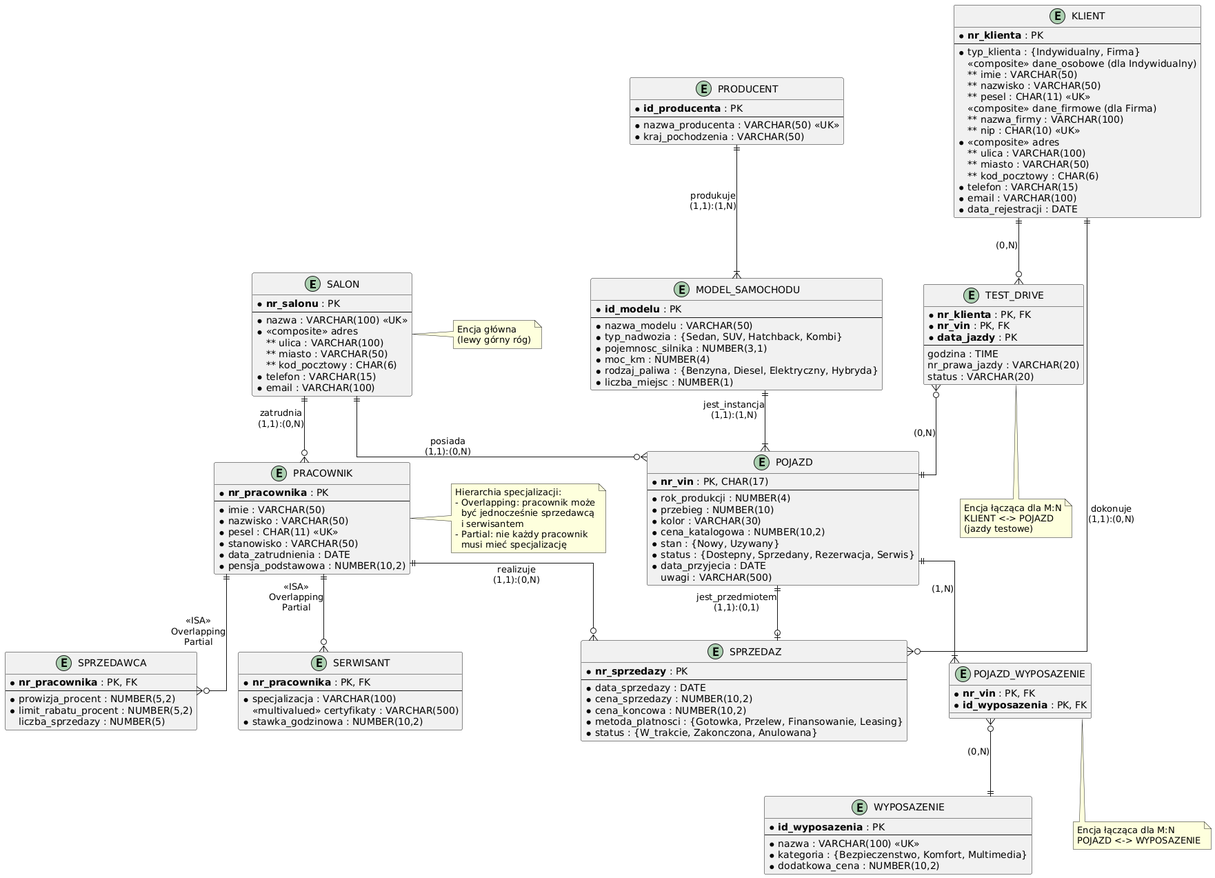
The PlantUML diagram tex/koncept.png in Vort3x5/CarSal, before a commit.
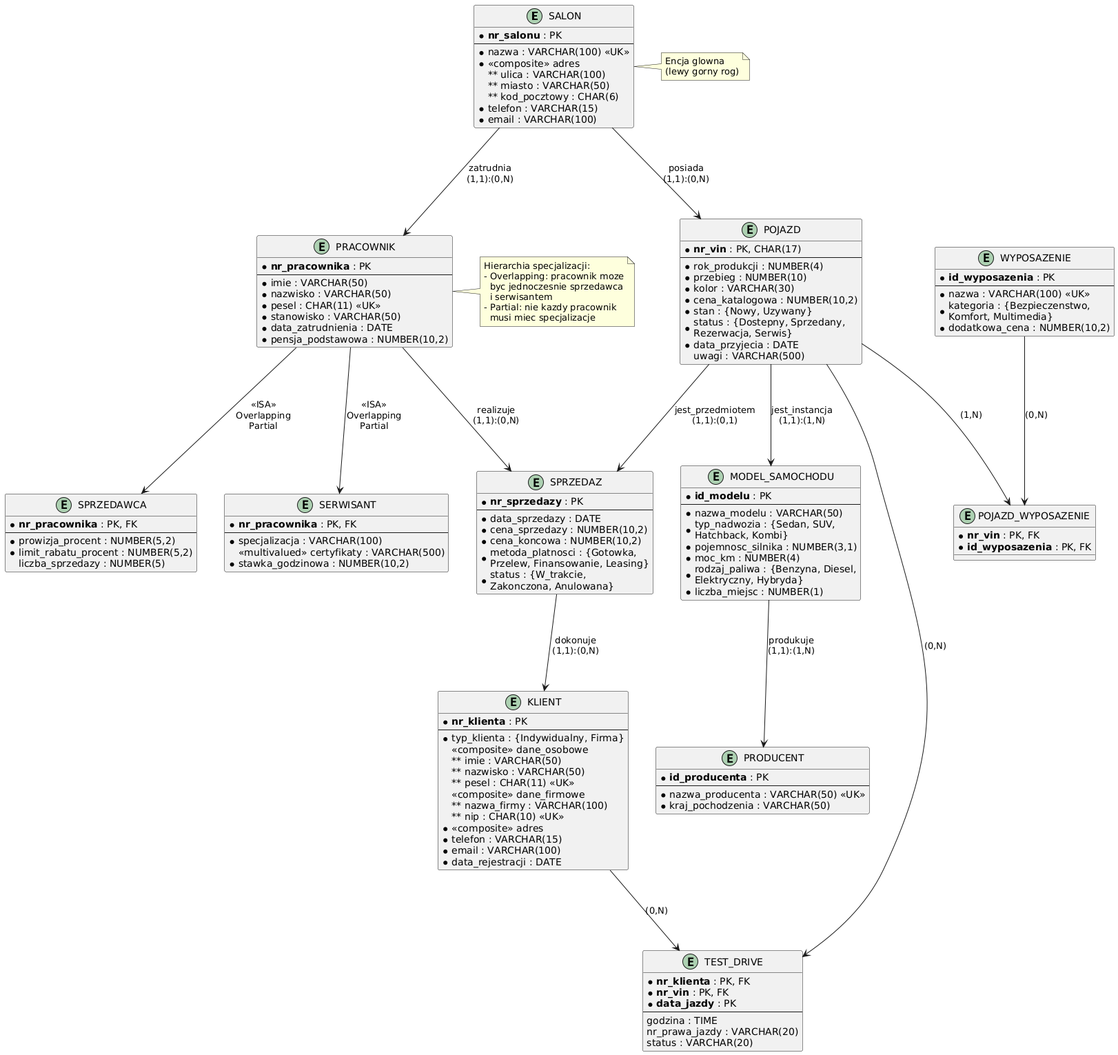
The same diagram one commit later.

What changed in the source:
```diff
@@ -1,8 +1,8 @@
 @startuml koncept
 
-skinparam linetype ortho
-skinparam ranksep 80
-skinparam nodesep 60
+skinparam ranksep 100
+skinparam nodesep 40
+skinparam defaultFontName "Arial"
 
 
 entity "SALON" as salon {
@@ -15,57 +15,6 @@
     ** kod_pocztowy : CHAR(6)
   * telefon : VARCHAR(15)
   * email : VARCHAR(100)
-}
-
-entity "POJAZD" as pojazd {
-  * **nr_vin** : PK, CHAR(17)
-  --
-  * rok_produkcji : NUMBER(4)
-  * przebieg : NUMBER(10)
-  * kolor : VARCHAR(30)
-  * cena_katalogowa : NUMBER(10,2)
-  * stan : {Nowy, Uzywany}
-  * status : {Dostepny, Sprzedany, Rezerwacja, Serwis}
-  * data_przyjecia : DATE
-  uwagi : VARCHAR(500)
-}
-
-entity "MODEL_SAMOCHODU" as model {
-  * **id_modelu** : PK
-  --
-  * nazwa_modelu : VARCHAR(50)
-  * typ_nadwozia : {Sedan, SUV, Hatchback, Kombi}
-  * pojemnosc_silnika : NUMBER(3,1)
-  * moc_km : NUMBER(4)
-  * rodzaj_paliwa : {Benzyna, Diesel, Elektryczny, Hybryda}
-  * liczba_miejsc : NUMBER(1)
-}
-
-entity "PRODUCENT" as producent {
-  * **id_producenta** : PK
-  --
-  * nazwa_producenta : VARCHAR(50) <<UK>>
-  * kraj_pochodzenia : VARCHAR(50)
-}
-
-entity "KLIENT" as klient {
-  * **nr_klienta** : PK
-  --
-  * typ_klienta : {Indywidualny, Firma}
-  <<composite>> dane_osobowe (dla Indywidualny)
-    ** imie : VARCHAR(50)
-    ** nazwisko : VARCHAR(50)
-    ** pesel : CHAR(11) <<UK>>
-  <<composite>> dane_firmowe (dla Firma)
-    ** nazwa_firmy : VARCHAR(100)
-    ** nip : CHAR(10) <<UK>>
-  * <<composite>> adres
-    ** ulica : VARCHAR(100)
-    ** miasto : VARCHAR(50)
-    ** kod_pocztowy : CHAR(6)
-  * telefon : VARCHAR(15)
-  * email : VARCHAR(100)
-  * data_rejestracji : DATE
 }
 
 entity "PRACOWNIK" as pracownik {
@@ -95,21 +44,69 @@
   * stawka_godzinowa : NUMBER(10,2)
 }
 
+entity "POJAZD" as pojazd {
+  * **nr_vin** : PK, CHAR(17)
+  --
+  * rok_produkcji : NUMBER(4)
+  * przebieg : NUMBER(10)
+  * kolor : VARCHAR(30)
+  * cena_katalogowa : NUMBER(10,2)
+  * stan : {Nowy, Uzywany}
+  * status : {Dostepny, Sprzedany,\nRezerwacja, Serwis}
+  * data_przyjecia : DATE
+  uwagi : VARCHAR(500)
+}
+
+entity "MODEL_SAMOCHODU" as model {
+  * **id_modelu** : PK
+  --
+  * nazwa_modelu : VARCHAR(50)
+  * typ_nadwozia : {Sedan, SUV,\nHatchback, Kombi}
+  * pojemnosc_silnika : NUMBER(3,1)
+  * moc_km : NUMBER(4)
+  * rodzaj_paliwa : {Benzyna, Diesel,\nElektryczny, Hybryda}
+  * liczba_miejsc : NUMBER(1)
+}
+
+entity "PRODUCENT" as producent {
+  * **id_producenta** : PK
+  --
+  * nazwa_producenta : VARCHAR(50) <<UK>>
+  * kraj_pochodzenia : VARCHAR(50)
+}
+
 entity "SPRZEDAZ" as sprzedaz {
   * **nr_sprzedazy** : PK
   --
   * data_sprzedazy : DATE
   * cena_sprzedazy : NUMBER(10,2)
   * cena_koncowa : NUMBER(10,2)
-  * metoda_platnosci : {Gotowka, Przelew, Finansowanie, Leasing}
-  * status : {W_trakcie, Zakonczona, Anulowana}
+  * metoda_platnosci : {Gotowka,\nPrzelew, Finansowanie, Leasing}
+  * status : {W_trakcie,\nZakonczona, Anulowana}
+}
+
+entity "KLIENT" as klient {
+  * **nr_klienta** : PK
+  --
+  * typ_klienta : {Indywidualny, Firma}
+  <<composite>> dane_osobowe
+    ** imie : VARCHAR(50)
+    ** nazwisko : VARCHAR(50)
+    ** pesel : CHAR(11) <<UK>>
+  <<composite>> dane_firmowe
+    ** nazwa_firmy : VARCHAR(100)
+    ** nip : CHAR(10) <<UK>>
+  * <<composite>> adres
+  * telefon : VARCHAR(15)
+  * email : VARCHAR(100)
+  * data_rejestracji : DATE
 }
 
 entity "WYPOSAZENIE" as wyposazenie {
   * **id_wyposazenia** : PK
   --
   * nazwa : VARCHAR(100) <<UK>>
-  * kategoria : {Bezpieczenstwo, Komfort, Multimedia}
+  * kategoria : {Bezpieczenstwo,\nKomfort, Multimedia}
   * dodatkowa_cena : NUMBER(10,2)
 }
 
@@ -129,48 +126,39 @@
 }
 
 
-salon ||--o{ pojazd : "posiada\n(1,1):(0,N)"
-salon ||--o{ pracownik : "zatrudnia\n(1,1):(0,N)"
-producent ||--|{ model : "produkuje\n(1,1):(1,N)"
-model ||--|{ pojazd : "jest_instancja\n(1,1):(1,N)"
-klient ||--o{ sprzedaz : "dokonuje\n(1,1):(0,N)"
-pracownik ||--o{ sprzedaz : "realizuje\n(1,1):(0,N)"
-pojazd ||--o| sprzedaz : "jest_przedmiotem\n(1,1):(0,1)"
+salon -down-> pracownik : "zatrudnia\n(1,1):(0,N)"
+salon -down-> pojazd : "posiada\n(1,1):(0,N)"
 
+pracownik -down-> sprzedawca : "<<ISA>>\nOverlapping\nPartial"
+pracownik -down-> serwisant : "<<ISA>>\nOverlapping\nPartial"
 
-klient ||--o{ test_drive : "(0,N)"
-test_drive }o--|| pojazd : "(0,N)"
+pracownik -down-> sprzedaz : "realizuje\n(1,1):(0,N)"
 
-pojazd ||--|{ pojazd_wyp : "(1,N)"
-pojazd_wyp }o--|| wyposazenie : "(0,N)"
+pojazd -down-> model : "jest_instancja\n(1,1):(1,N)"
+pojazd -down-> sprzedaz : "jest_przedmiotem\n(1,1):(0,1)"
+pojazd -down-> pojazd_wyp : "(1,N)"
+pojazd -down-> test_drive : "(0,N)"
 
+model -down-> producent : "produkuje\n(1,1):(1,N)"
 
-pracownik ||--o{ sprzedawca : "<<ISA>>\nOverlapping\nPartial"
-pracownik ||--o{ serwisant : "<<ISA>>\nOverlapping\nPartial"
+sprzedaz -down-> klient : "dokonuje\n(1,1):(0,N)"
+
+klient -down-> test_drive : "(0,N)"
+
+wyposazenie -down-> pojazd_wyp : "(0,N)"
 
 note right of salon
-  Encja główna
-  (lewy górny róg)
+  Encja glowna
+  (lewy gorny rog)
 end note
 
 note right of pracownik
   Hierarchia specjalizacji:
-  - Overlapping: pracownik może
-    być jednocześnie sprzedawcą
+  - Overlapping: pracownik moze
+    byc jednoczesnie sprzedawca
     i serwisantem
-  - Partial: nie każdy pracownik
-    musi mieć specjalizację
-end note
-
-note bottom of test_drive
-  Encja łącząca dla M:N
-  KLIENT <-> POJAZD
-  (jazdy testowe)
-end note
-
-note bottom of pojazd_wyp
-  Encja łącząca dla M:N
-  POJAZD <-> WYPOSAZENIE
+  - Partial: nie kazdy pracownik
+    musi miec specjalizacje
 end note
 
 @enduml
```
